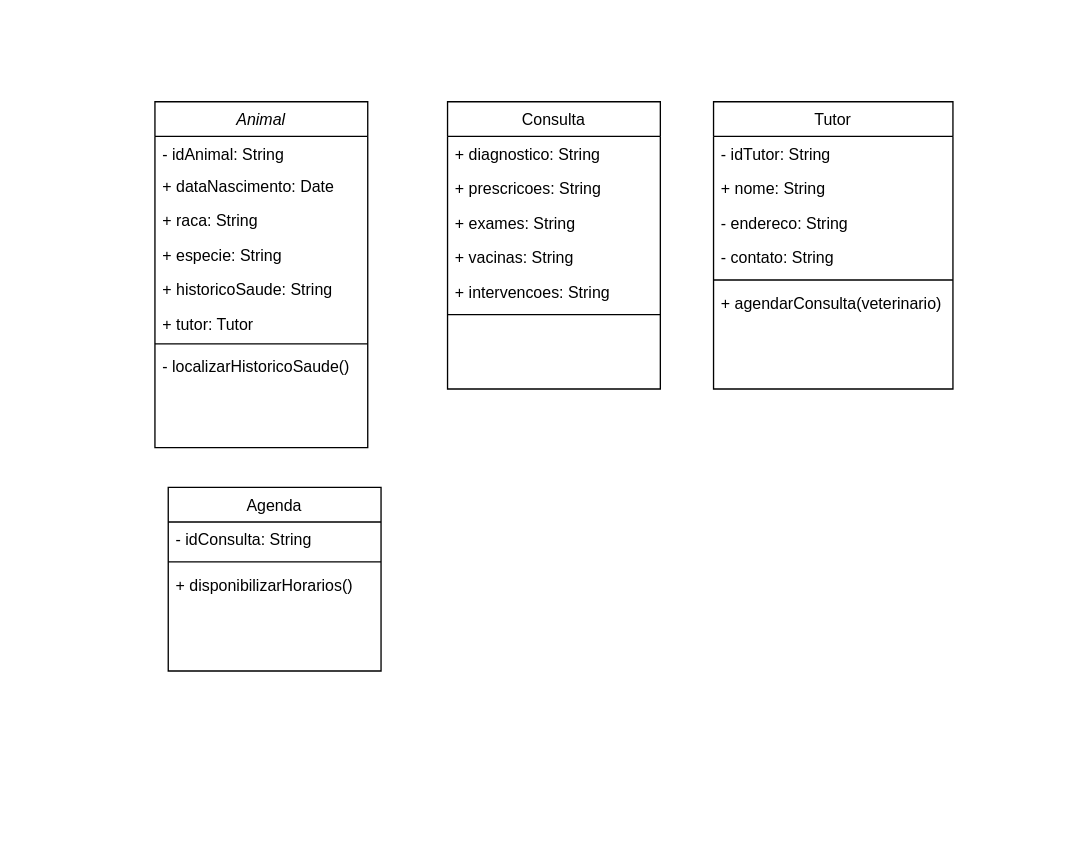
This is Diagrama sem nome.drawio from guilhermebastos2002/PPS, a draw.io file, before an edit. Source tidied: cells renumbered, new cells numbered last; positions are measured from the earlier drawing's top-left corner, leaving out a move shared by most shapes. Both pictures are drawn from the tidied source at 133%, with x=0, y=0 at pixel (154, 101).
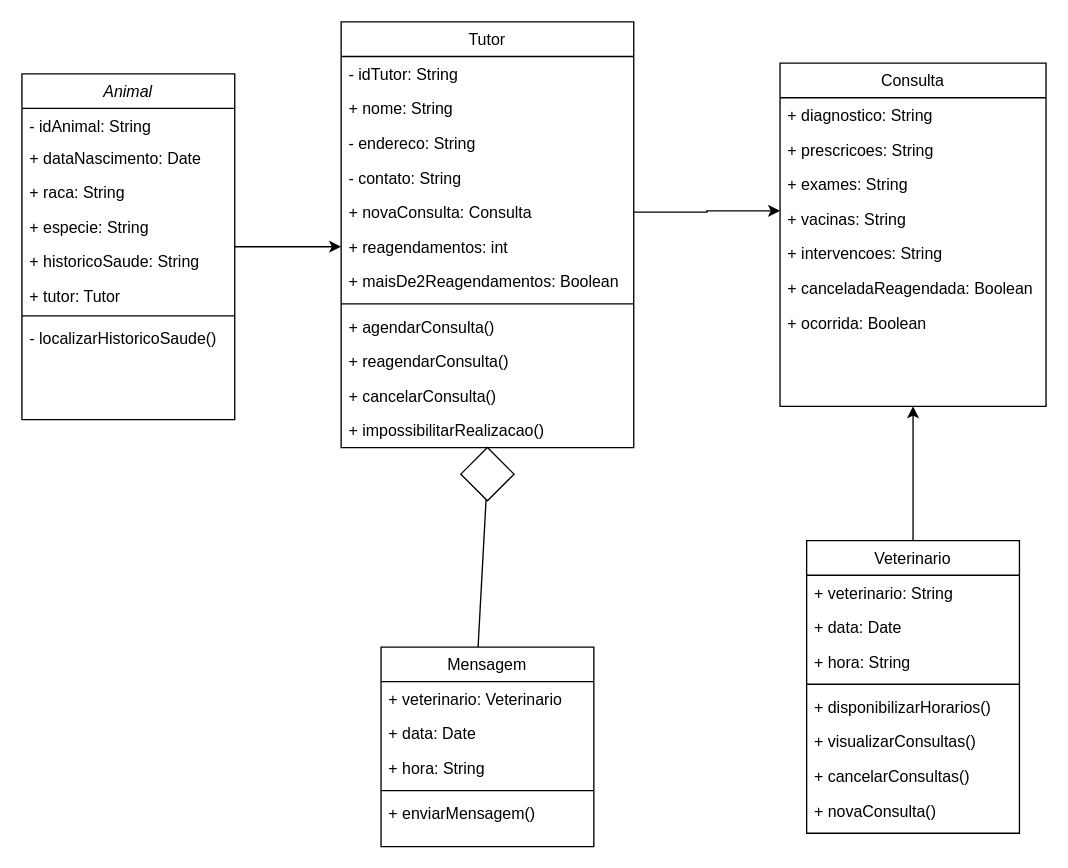
After the change.

Change to the diagram source:
```diff
@@
-<mxGraphModel>
+<mxGraphModel background="#ffffff">
@@
+    <mxCell id="29" style="edgeStyle=orthogonalEdgeStyle;rounded=0;jettySize=auto;html=1;entryX=0;entryY=0.5;entryDx=0;entryDy=0;targetPerimeterSpacing=0;" parent="1" edge="1" source="2" target="31">
+      <mxGeometry relative="1" as="geometry" />
+    </mxCell>
     <mxCell id="2" value="Animal" style="swimlane;fontStyle=2;align=center;verticalAlign=top;horizontal=1;startSize=26;rounded=0;shadow=0;strokeWidth=1;" parent="1" vertex="1">
-      <mxGeometry width="160" height="260" as="geometry" />
+      <mxGeometry x="-100" y="-21" width="160" height="260" as="geometry" />
     </mxCell>
@@
     <mxCell id="11" value="Tutor" style="swimlane;fontStyle=0;align=center;verticalAlign=top;horizontal=1;startSize=26;rounded=0;shadow=0;strokeWidth=1;" parent="1" vertex="1">
-      <mxGeometry x="420" width="180" height="216" as="geometry" />
+      <mxGeometry x="140" y="-60" width="220" height="320" as="geometry" />
     </mxCell>
     <mxCell id="12" value="- idTutor: String" style="text;align=left;verticalAlign=top;spacingLeft=4;spacingRight=4;overflow=hidden;rounded=0;shadow=0;html=0;" parent="11" vertex="1">
-      <mxGeometry y="26" width="180" height="26" as="geometry" />
+      <mxGeometry y="26" width="220" height="26" as="geometry" />
     </mxCell>
     <mxCell id="13" value="+ nome: String" style="text;align=left;verticalAlign=top;spacingLeft=4;spacingRight=4;overflow=hidden;" parent="11" vertex="1">
-      <mxGeometry y="52" width="180" height="26" as="geometry" />
+      <mxGeometry y="52" width="220" height="26" as="geometry" />
     </mxCell>
     <mxCell id="14" value="- endereco: String" style="text;align=left;verticalAlign=top;spacingLeft=4;spacingRight=4;overflow=hidden;rounded=0;shadow=0;html=0;" parent="11" vertex="1">
-      <mxGeometry y="78" width="180" height="26" as="geometry" />
+      <mxGeometry y="78" width="220" height="26" as="geometry" />
     </mxCell>
     <mxCell id="15" value="- contato: String" style="text;align=left;verticalAlign=top;spacingLeft=4;spacingRight=4;overflow=hidden;rounded=0;shadow=0;html=0;" parent="11" vertex="1">
-      <mxGeometry y="104" width="180" height="26" as="geometry" />
+      <mxGeometry y="104" width="220" height="26" as="geometry" />
     </mxCell>
+    <mxCell id="30" value="+ novaConsulta: Consulta" style="text;align=left;verticalAlign=top;spacingLeft=4;spacingRight=4;overflow=hidden;points=[[0,0.5],[1,0.5]];portConstraint=eastwest;rounded=0;shadow=0;html=0;" parent="11" vertex="1">
+      <mxGeometry y="130" width="220" height="26" as="geometry" />
+    </mxCell>
+    <mxCell id="31" value="+ reagendamentos: int" style="text;align=left;verticalAlign=top;spacingLeft=4;spacingRight=4;overflow=hidden;points=[[0,0.5],[1,0.5]];portConstraint=eastwest;rounded=0;shadow=0;html=0;" parent="11" vertex="1">
+      <mxGeometry y="156" width="220" height="26" as="geometry" />
+    </mxCell>
+    <mxCell id="32" value="+ maisDe2Reagendamentos: Boolean" style="text;align=left;verticalAlign=top;spacingLeft=4;spacingRight=4;overflow=hidden;rounded=0;shadow=0;html=0;" parent="11" vertex="1">
+      <mxGeometry y="182" width="220" height="26" as="geometry" />
+    </mxCell>
     <mxCell id="16" style="line;html=1;strokeWidth=1;align=left;verticalAlign=middle;spacingTop=-1;spacingLeft=3;spacingRight=3;labelPosition=right;" parent="11" vertex="1">
-      <mxGeometry y="130" width="180" height="8" as="geometry" />
+      <mxGeometry y="208" width="220" height="8" as="geometry" />
     </mxCell>
-    <mxCell id="17" value="+ agendarConsulta(veterinario)" style="text;align=left;verticalAlign=top;spacingLeft=4;spacingRight=4;overflow=hidden;rounded=0;shadow=0;html=0;" parent="11" vertex="1">
-      <mxGeometry y="138" width="180" height="26" as="geometry" />
+    <mxCell id="17" value="+ agendarConsulta()" style="text;align=left;verticalAlign=top;spacingLeft=4;spacingRight=4;overflow=hidden;rounded=0;shadow=0;html=0;" parent="11" vertex="1">
+      <mxGeometry y="216" width="220" height="26" as="geometry" />
     </mxCell>
+    <mxCell id="33" value="+ reagendarConsulta()" style="text;align=left;verticalAlign=top;spacingLeft=4;spacingRight=4;overflow=hidden;rounded=0;shadow=0;html=0;" parent="11" vertex="1">
+      <mxGeometry y="242" width="220" height="26" as="geometry" />
+    </mxCell>
+    <mxCell id="34" value="+ cancelarConsulta()" style="text;align=left;verticalAlign=top;spacingLeft=4;spacingRight=4;overflow=hidden;rounded=0;shadow=0;html=0;" parent="11" vertex="1">
+      <mxGeometry y="268" width="220" height="26" as="geometry" />
+    </mxCell>
+    <mxCell id="35" value="+ impossibilitarRealizacao()" style="text;align=left;verticalAlign=top;spacingLeft=4;spacingRight=4;overflow=hidden;rounded=0;shadow=0;html=0;" parent="11" vertex="1">
+      <mxGeometry y="294" width="220" height="26" as="geometry" />
+    </mxCell>
     <mxCell id="18" value="Consulta" style="swimlane;fontStyle=0;align=center;verticalAlign=top;horizontal=1;startSize=26;rounded=0;shadow=0;strokeWidth=1;" parent="1" vertex="1">
-      <mxGeometry x="220" width="160" height="216" as="geometry" />
+      <mxGeometry x="470" y="-29" width="200" height="258" as="geometry" />
     </mxCell>
     <mxCell id="19" value="+ diagnostico: String" style="text;align=left;verticalAlign=top;spacingLeft=4;spacingRight=4;overflow=hidden;rounded=0;shadow=0;html=0;" parent="18" vertex="1">
-      <mxGeometry y="26" width="160" height="26" as="geometry" />
+      <mxGeometry y="26" width="200" height="26" as="geometry" />
     </mxCell>
     <mxCell id="20" value="+ prescricoes: String" style="text;align=left;verticalAlign=top;spacingLeft=4;spacingRight=4;overflow=hidden;" parent="18" vertex="1">
-      <mxGeometry y="52" width="160" height="26" as="geometry" />
+      <mxGeometry y="52" width="200" height="26" as="geometry" />
     </mxCell>
     <mxCell id="21" value="+ exames: String" style="text;align=left;verticalAlign=top;spacingLeft=4;spacingRight=4;overflow=hidden;rounded=0;shadow=0;html=0;" parent="18" vertex="1">
-      <mxGeometry y="78" width="160" height="26" as="geometry" />
+      <mxGeometry y="78" width="200" height="26" as="geometry" />
     </mxCell>
     <mxCell id="22" value="+ vacinas: String" style="text;align=left;verticalAlign=top;spacingLeft=4;spacingRight=4;overflow=hidden;points=[[0,0.5],[1,0.5]];portConstraint=eastwest;rounded=0;shadow=0;html=0;" parent="18" vertex="1">
-      <mxGeometry y="104" width="160" height="26" as="geometry" />
+      <mxGeometry y="104" width="200" height="26" as="geometry" />
     </mxCell>
     <mxCell id="23" value="+ intervencoes: String" style="text;align=left;verticalAlign=top;spacingLeft=4;spacingRight=4;overflow=hidden;rounded=0;shadow=0;html=0;" parent="18" vertex="1">
-      <mxGeometry y="130" width="160" height="26" as="geometry" />
+      <mxGeometry y="130" width="200" height="26" as="geometry" />
     </mxCell>
-    <mxCell id="24" style="line;html=1;strokeWidth=1;align=left;verticalAlign=middle;spacingTop=-1;spacingLeft=3;spacingRight=3;labelPosition=right;" parent="18" vertex="1">
-      <mxGeometry y="156" width="160" height="8" as="geometry" />
-    </mxCell>
-    <mxCell id="25" value="Agenda" style="swimlane;fontStyle=0;align=center;verticalAlign=top;horizontal=1;startSize=26;rounded=0;shadow=0;strokeWidth=1;" parent="1" vertex="1">
-      <mxGeometry x="10" y="290" width="160" height="138" as="geometry" />
-    </mxCell>
-    <mxCell id="26" value="- idConsulta: String" style="text;align=left;verticalAlign=top;spacingLeft=4;spacingRight=4;overflow=hidden;" parent="25" vertex="1">
-      <mxGeometry y="26" width="160" height="26" as="geometry" />
-    </mxCell>
-    <mxCell id="27" style="line;html=1;strokeWidth=1;align=left;verticalAlign=middle;spacingTop=-1;spacingLeft=3;spacingRight=3;labelPosition=right;" parent="25" vertex="1">
-      <mxGeometry y="52" width="160" height="8" as="geometry" />
-    </mxCell>
+    <mxCell id="36" value="+ canceladaReagendada: Boolean" style="text;align=left;verticalAlign=top;spacingLeft=4;spacingRight=4;overflow=hidden;rounded=0;shadow=0;html=0;" parent="18" vertex="1">
+      <mxGeometry y="156" width="200" height="26" as="geometry" />
+    </mxCell>
+    <mxCell id="37" value="+ ocorrida: Boolean" style="text;align=left;verticalAlign=top;spacingLeft=4;spacingRight=4;overflow=hidden;rounded=0;shadow=0;html=0;" parent="18" vertex="1">
+      <mxGeometry y="182" width="200" height="30" as="geometry" />
+    </mxCell>
+    <mxCell id="38" value="Mensagem" style="swimlane;fontStyle=0;align=center;verticalAlign=top;horizontal=1;startSize=26;rounded=0;shadow=0;strokeWidth=1;" parent="1" vertex="1">
+      <mxGeometry x="170" y="410" width="160" height="150" as="geometry" />
+    </mxCell>
+    <mxCell id="39" value="+ veterinario: Veterinario" style="text;align=left;verticalAlign=top;spacingLeft=4;spacingRight=4;overflow=hidden;" parent="38" vertex="1">
+      <mxGeometry y="26" width="160" height="26" as="geometry" />
+    </mxCell>
+    <mxCell id="40" value="+ data: Date" style="text;align=left;verticalAlign=top;spacingLeft=4;spacingRight=4;overflow=hidden;" parent="38" vertex="1">
+      <mxGeometry y="52" width="160" height="26" as="geometry" />
+    </mxCell>
+    <mxCell id="41" value="+ hora: String" style="text;align=left;verticalAlign=top;spacingLeft=4;spacingRight=4;overflow=hidden;" parent="38" vertex="1">
+      <mxGeometry y="78" width="160" height="26" as="geometry" />
+    </mxCell>
+    <mxCell id="42" style="line;html=1;strokeWidth=1;align=left;verticalAlign=middle;spacingTop=-1;spacingLeft=3;spacingRight=3;labelPosition=right;" parent="38" vertex="1">
+      <mxGeometry y="104" width="160" height="8" as="geometry" />
+    </mxCell>
+    <mxCell id="43" value="+ enviarMensagem()" style="text;align=left;verticalAlign=top;spacingLeft=4;spacingRight=4;overflow=hidden;" parent="38" vertex="1">
+      <mxGeometry y="112" width="160" height="26" as="geometry" />
+    </mxCell>
+    <mxCell id="44" style="edgeStyle=orthogonalEdgeStyle;rounded=0;jettySize=auto;html=1;entryX=0.5;entryY=1;entryDx=0;entryDy=0;" parent="1" edge="1" source="45" target="18">
+      <mxGeometry relative="1" as="geometry" />
+    </mxCell>
+    <mxCell id="45" value="Veterinario" style="swimlane;fontStyle=0;align=center;verticalAlign=top;horizontal=1;startSize=26;rounded=0;shadow=0;strokeWidth=1;" parent="1" vertex="1">
+      <mxGeometry x="490" y="330" width="160" height="220" as="geometry" />
+    </mxCell>
+    <mxCell id="46" value="+ veterinario: String" style="text;align=left;verticalAlign=top;spacingLeft=4;spacingRight=4;overflow=hidden;" parent="45" vertex="1">
+      <mxGeometry y="26" width="160" height="26" as="geometry" />
+    </mxCell>
+    <mxCell id="47" value="+ data: Date" style="text;align=left;verticalAlign=top;spacingLeft=4;spacingRight=4;overflow=hidden;" parent="45" vertex="1">
+      <mxGeometry y="52" width="160" height="26" as="geometry" />
+    </mxCell>
+    <mxCell id="48" value="+ hora: String" style="text;align=left;verticalAlign=top;spacingLeft=4;spacingRight=4;overflow=hidden;" parent="45" vertex="1">
+      <mxGeometry y="78" width="160" height="26" as="geometry" />
+    </mxCell>
+    <mxCell id="49" style="line;html=1;strokeWidth=1;align=left;verticalAlign=middle;spacingTop=-1;spacingLeft=3;spacingRight=3;labelPosition=right;" parent="45" vertex="1">
+      <mxGeometry y="104" width="160" height="8" as="geometry" />
+    </mxCell>
-    <mxCell id="28" value="+ disponibilizarHorarios()" style="text;align=left;verticalAlign=top;spacingLeft=4;spacingRight=4;overflow=hidden;" parent="25" vertex="1">
-      <mxGeometry y="60" width="160" height="26" as="geometry" />
+    <mxCell id="28" value="+ disponibilizarHorarios()" style="text;align=left;verticalAlign=top;spacingLeft=4;spacingRight=4;overflow=hidden;" parent="45" vertex="1">
+      <mxGeometry y="112" width="160" height="26" as="geometry" />
     </mxCell>
+    <mxCell id="50" value="+ visualizarConsultas()" style="text;align=left;verticalAlign=top;spacingLeft=4;spacingRight=4;overflow=hidden;" parent="45" vertex="1">
+      <mxGeometry y="138" width="160" height="26" as="geometry" />
+    </mxCell>
+    <mxCell id="51" value="+ cancelarConsultas()" style="text;align=left;verticalAlign=top;spacingLeft=4;spacingRight=4;overflow=hidden;" parent="45" vertex="1">
+      <mxGeometry y="164" width="160" height="26" as="geometry" />
+    </mxCell>
+    <mxCell id="52" value="+ novaConsulta()" style="text;align=left;verticalAlign=top;spacingLeft=4;spacingRight=4;overflow=hidden;" parent="45" vertex="1">
+      <mxGeometry y="190" width="160" height="26" as="geometry" />
+    </mxCell>
+    <mxCell id="53" style="rhombus;whiteSpace=wrap;html=1;" parent="1" vertex="1">
+      <mxGeometry x="230" y="260" width="40" height="40" as="geometry" />
+    </mxCell>
+    <mxCell id="54" style="endArrow=none;html=1;rounded=0;exitX=0.456;exitY=0;exitDx=0;exitDy=0;exitPerimeter=0;" parent="1" edge="1" source="38" target="53">
+      <mxGeometry relative="1" as="geometry" />
+    </mxCell>
+    <mxCell id="55" style="edgeStyle=orthogonalEdgeStyle;rounded=0;jettySize=auto;html=1;entryX=0;entryY=0.269;entryDx=0;entryDy=0;entryPerimeter=0;" parent="1" edge="1" source="30" target="22">
+      <mxGeometry relative="1" as="geometry" />
+    </mxCell>
```
